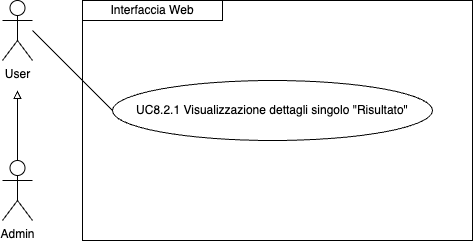
Earlier version of the draw.io export imgs/Uml/UC8.2.1.png (ShameIRL/farmacode). Source tidied: cells renumbered, new cells last; positions are measured from the earlier drawing's top-left corner, leaving out a move shared by most shapes.
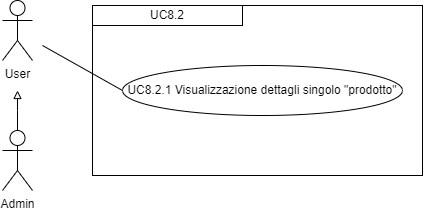
After the change.

Change to the diagram source:
```diff
@@ -2,30 +2,34 @@
   <root>
     <mxCell id="0" />
     <mxCell id="1" parent="0" />
-    <mxCell id="2" style="edgeStyle=orthogonalEdgeStyle;rounded=0;jettySize=auto;html=1;exitX=0.5;exitY=0;exitDx=0;exitDy=0;exitPerimeter=0;endArrow=block;endFill=0;" parent="1" edge="1" source="3">
-      <mxGeometry relative="1" as="geometry">
-        <mxPoint x="15" y="90" as="targetPoint" />
-      </mxGeometry>
-    </mxCell>
+    <mxCell id="9" style="edgeStyle=orthogonalEdgeStyle;rounded=0;jettySize=auto;html=1;strokeColor=#000000;endArrow=block;endFill=0;" parent="1" edge="1" source="3">
+      <mxGeometry relative="1" as="geometry">
+        <mxPoint x="125" y="265" as="targetPoint" />
+        <Array as="points">
+          <mxPoint x="125" y="285" />
+          <mxPoint x="125" y="285" />
+        </Array>
+      </mxGeometry>
+    </mxCell>
     <mxCell id="3" value="Admin" style="shape=umlActor;verticalLabelPosition=bottom;verticalAlign=top;html=1;outlineConnect=0;" parent="1" vertex="1">
-      <mxGeometry y="160" width="30" height="60" as="geometry" />
+      <mxGeometry x="110" y="305" width="30" height="60" as="geometry" />
     </mxCell>
     <mxCell id="4" value="User" style="shape=umlActor;verticalLabelPosition=bottom;verticalAlign=top;html=1;" parent="1" vertex="1">
-      <mxGeometry width="30" height="60" as="geometry" />
+      <mxGeometry x="110" y="175" width="30" height="60" as="geometry" />
     </mxCell>
-    <mxCell id="5" style="endArrow=none;html=1;rounded=0;entryX=0;entryY=0.5;entryDx=0;entryDy=0;" parent="1" edge="1" target="7">
-      <mxGeometry relative="1" as="geometry">
-        <mxPoint x="30" y="30" as="sourcePoint" />
-      </mxGeometry>
-    </mxCell>
-    <mxCell id="6" value="Interfaccia Web" style="rounded=0;whiteSpace=wrap;html=1;" parent="1" vertex="1">
-      <mxGeometry x="80" width="140" height="20" as="geometry" />
-    </mxCell>
-    <mxCell id="7" value="UC8.2.1&amp;nbsp;Visualizzazione dettagli singolo &quot;Risultato&quot;" style="ellipse;whiteSpace=wrap;html=1;" parent="1" vertex="1">
-      <mxGeometry x="110" y="80" width="320" height="60" as="geometry" />
-    </mxCell>
-    <mxCell id="8" style="rounded=0;whiteSpace=wrap;html=1;fillColor=none;" parent="1" vertex="1">
-      <mxGeometry x="80" width="390" height="240" as="geometry" />
-    </mxCell>
+    <mxCell id="10" style="rounded=0;whiteSpace=wrap;html=1;fillColor=none;" parent="1" vertex="1">
+      <mxGeometry x="200" y="180" width="330" height="170" as="geometry" />
+    </mxCell>
+    <mxCell id="11" value="&lt;div style=&quot;&quot;&gt;UC8.2&lt;/div&gt;" style="rounded=0;whiteSpace=wrap;html=1;fillColor=none;align=center;" parent="1" vertex="1">
+      <mxGeometry x="200" y="180" width="150" height="20" as="geometry" />
+    </mxCell>
+    <mxCell id="12" value="UC8.2.1 Visualizzazione dettagli singolo &quot;prodotto&quot;" style="ellipse;whiteSpace=wrap;html=1;" parent="1" vertex="1">
+      <mxGeometry x="230" y="240" width="280" height="50" as="geometry" />
+    </mxCell>
+    <mxCell id="13" style="endArrow=none;html=1;rounded=0;entryX=0;entryY=0.5;entryDx=0;entryDy=0;" parent="1" edge="1" target="12">
+      <mxGeometry relative="1" as="geometry">
+        <mxPoint x="150" y="220" as="sourcePoint" />
+      </mxGeometry>
+    </mxCell>
   </root>
 </mxGraphModel>
```
